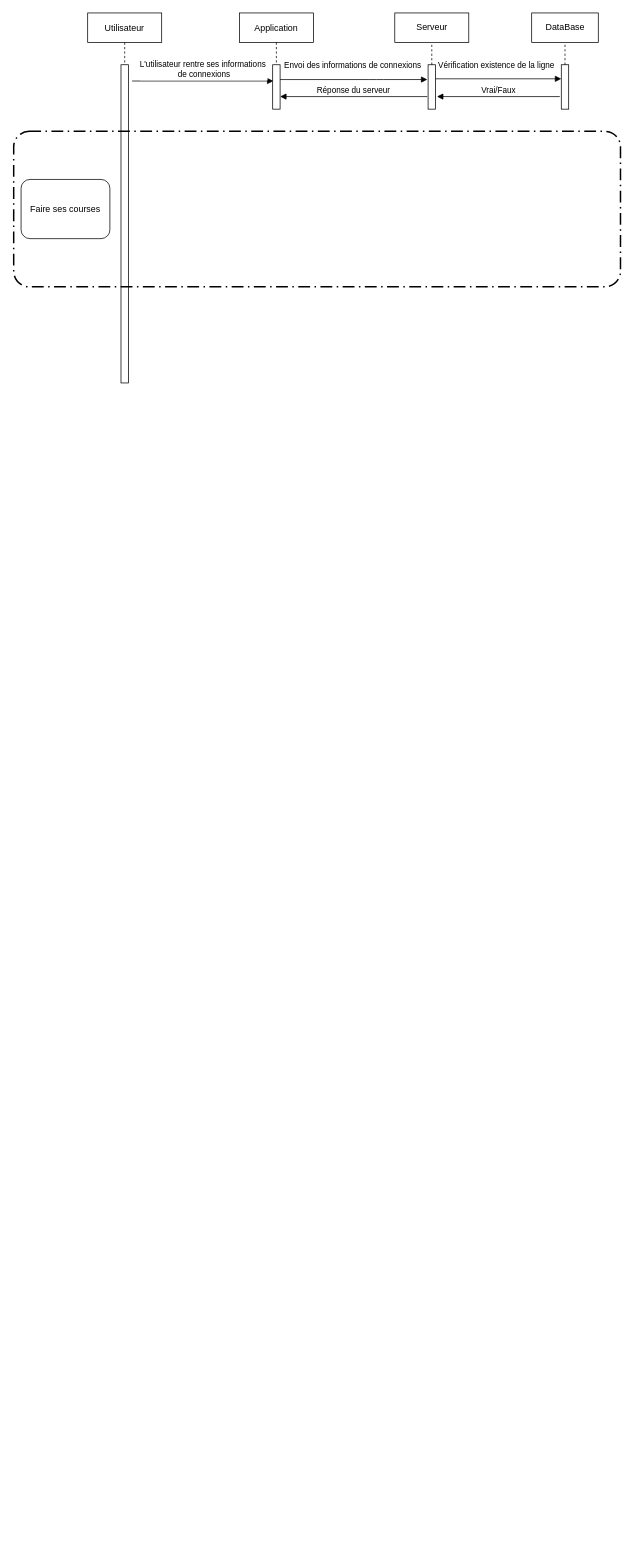
Before: rapport/architecture/diagramme_sequence.drawio in eugeniedulout/PACT, a draw.io diagram. Source tidied: cells renumbered, new cells numbered last; positions are measured from the earlier drawing's top-left corner, leaving out a move shared by most shapes. Both pictures are drawn from the tidied source at 74%, with x=0, y=0 at pixel (13, 13).
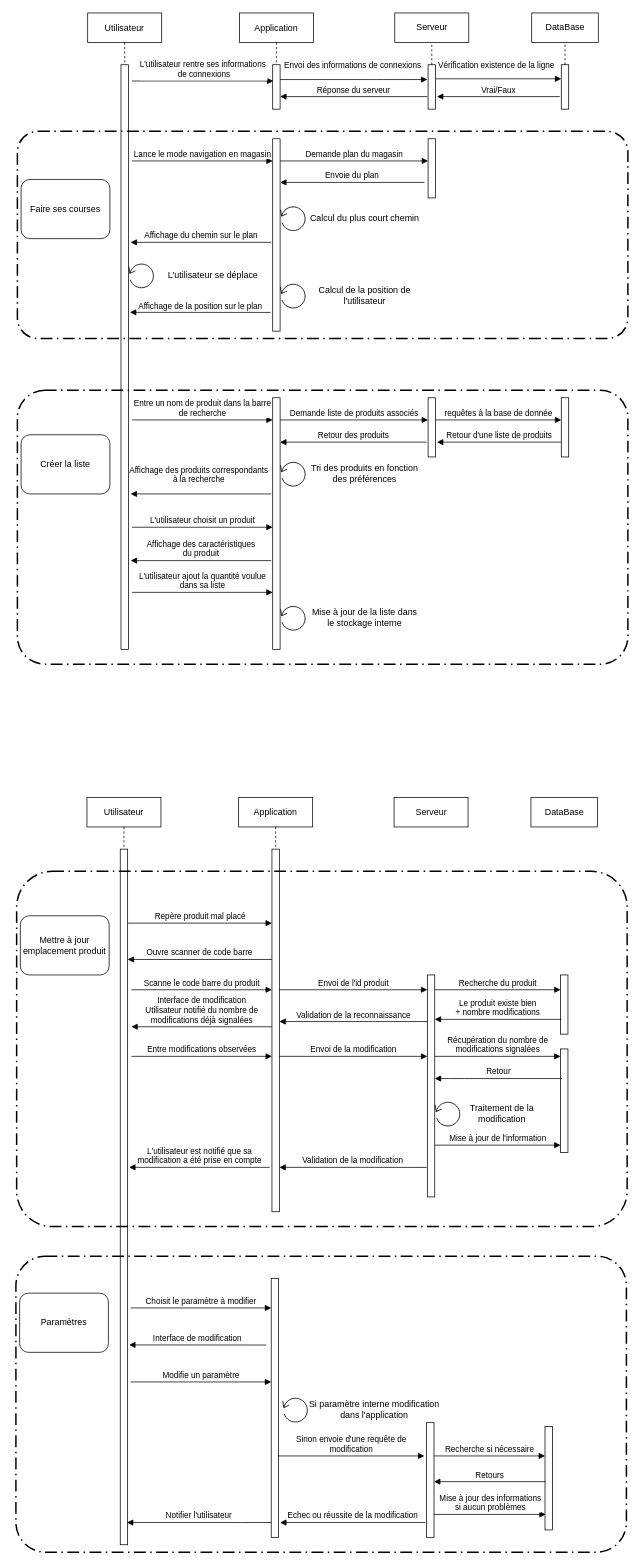
The same diagram, later.

Commit message:
Diagramme de séquence complété

Diff of the diagram source:
```diff
@@
+    <mxCell id="19" style="html=1;points=[];perimeter=orthogonalPerimeter;" parent="1" vertex="1">
+      <mxGeometry x="349" y="1130" width="10" height="490" as="geometry" />
+    </mxCell>
+    <mxCell id="20" style="html=1;perimeter=orthogonalPerimeter;" parent="1" vertex="1">
+      <mxGeometry x="144" y="1130" width="10" height="940" as="geometry" />
+    </mxCell>
+    <mxCell id="21" style="rounded=1;arcSize=10;dashed=1;strokeColor=#000000;fillColor=none;gradientColor=none;dashPattern=8 3 1 3;strokeWidth=2;" parent="1" vertex="1">
+      <mxGeometry x="4" y="1160" width="825" height="480" as="geometry" />
+    </mxCell>
     <mxCell id="2" value="Utilisateur" style="shape=umlLifeline;perimeter=lifelinePerimeter;rounded=0;shadow=0;strokeWidth=1;" parent="1" vertex="1">
-      <mxGeometry x="100" width="100" height="500" as="geometry" />
+      <mxGeometry x="100" width="100" height="860" as="geometry" />
     </mxCell>
     <mxCell id="3" style="perimeter=orthogonalPerimeter;rounded=0;shadow=0;strokeWidth=1;" parent="2" vertex="1">
-      <mxGeometry x="45" y="70" width="10" height="430" as="geometry" />
+      <mxGeometry x="45" y="70" width="10" height="790" as="geometry" />
     </mxCell>
@@
     <mxCell id="17" style="rounded=1;arcSize=10;dashed=1;strokeColor=#000000;fillColor=none;gradientColor=none;dashPattern=8 3 1 3;strokeWidth=2;" parent="1" vertex="1">
-      <mxGeometry y="160" width="820" height="210" as="geometry" />
+      <mxGeometry x="5" y="160" width="825" height="280" as="geometry" />
     </mxCell>
@@
+    <mxCell id="22" style="html=1;perimeter=orthogonalPerimeter;" parent="1" vertex="1">
+      <mxGeometry x="350" y="170" width="10" height="260" as="geometry" />
+    </mxCell>
+    <mxCell id="23" value="Lance le mode navigation en magasin" style="html=1;verticalAlign=bottom;endArrow=block;" parent="1" edge="1">
+      <mxGeometry relative="1" as="geometry">
+        <mxPoint x="160" y="200" as="sourcePoint" />
+        <mxPoint x="350" y="200" as="targetPoint" />
+      </mxGeometry>
+    </mxCell>
+    <mxCell id="24" style="html=1;points=[];perimeter=orthogonalPerimeter;" parent="1" vertex="1">
+      <mxGeometry x="560" y="170" width="10" height="80" as="geometry" />
+    </mxCell>
+    <mxCell id="25" value="Demande plan du magasin" style="html=1;verticalAlign=bottom;endArrow=block;" parent="1" edge="1" target="24">
+      <mxGeometry relative="1" as="geometry">
+        <mxPoint x="360" y="200" as="sourcePoint" />
+      </mxGeometry>
+    </mxCell>
+    <mxCell id="26" value="Envoie du plan" style="html=1;verticalAlign=bottom;endArrow=block;exitX=-0.5;exitY=0.625;exitDx=0;exitDy=0;exitPerimeter=0;" parent="1" edge="1">
+      <mxGeometry relative="1" as="geometry">
+        <mxPoint x="555" y="229" as="sourcePoint" />
+        <mxPoint x="360" y="229" as="targetPoint" />
+      </mxGeometry>
+    </mxCell>
+    <mxCell id="27" style="shape=mxgraph.bpmn.loop;html=1;rotation=65;" parent="1" vertex="1">
+      <mxGeometry x="360" y="260" width="36" height="34.7" as="geometry" />
+    </mxCell>
+    <mxCell id="28" value="Calcul du plus court chemin" style="text;html=1;strokeColor=none;fillColor=none;align=center;verticalAlign=middle;whiteSpace=wrap;rounded=0;" parent="1" vertex="1">
+      <mxGeometry x="392" y="267.4" width="165" height="20" as="geometry" />
+    </mxCell>
+    <mxCell id="29" value="Affichage du chemin sur le plan" style="html=1;verticalAlign=bottom;endArrow=block;" parent="1" edge="1">
+      <mxGeometry relative="1" as="geometry">
+        <mxPoint x="348" y="310" as="sourcePoint" />
+        <mxPoint x="158" y="310" as="targetPoint" />
+      </mxGeometry>
+    </mxCell>
+    <mxCell id="30" style="shape=mxgraph.bpmn.loop;html=1;rotation=65;" parent="1" vertex="1">
+      <mxGeometry x="360" y="364.6" width="36" height="34.7" as="geometry" />
+    </mxCell>
+    <mxCell id="31" value="Calcul de la position de l'utilisateur" style="text;html=1;strokeColor=none;fillColor=none;align=center;verticalAlign=middle;whiteSpace=wrap;rounded=0;" parent="1" vertex="1">
+      <mxGeometry x="392" y="372" width="165" height="20" as="geometry" />
+    </mxCell>
+    <mxCell id="32" value="Affichage de la position sur le plan" style="html=1;verticalAlign=bottom;endArrow=block;exitX=0;exitY=0.731;exitDx=0;exitDy=0;exitPerimeter=0;" parent="1" edge="1">
+      <mxGeometry relative="1" as="geometry">
+        <mxPoint x="347" y="404.7" as="sourcePoint" />
+        <mxPoint x="157" y="404.6" as="targetPoint" />
+      </mxGeometry>
+    </mxCell>
+    <mxCell id="33" style="shape=mxgraph.bpmn.loop;html=1;rotation=65;" parent="1" vertex="1">
+      <mxGeometry x="155" y="337.3" width="36" height="34.7" as="geometry" />
+    </mxCell>
+    <mxCell id="34" value="L'utilisateur se déplace" style="text;html=1;strokeColor=none;fillColor=none;align=center;verticalAlign=middle;whiteSpace=wrap;rounded=0;" parent="1" vertex="1">
+      <mxGeometry x="187" y="344.6" width="165" height="20" as="geometry" />
+    </mxCell>
+    <mxCell id="35" value="Créer la liste" style="shape=ext;rounded=1;html=1;whiteSpace=wrap;" parent="1" vertex="1">
+      <mxGeometry x="10" y="570" width="120" height="80" as="geometry" />
+    </mxCell>
+    <mxCell id="36" style="rounded=1;arcSize=10;dashed=1;strokeColor=#000000;fillColor=none;gradientColor=none;dashPattern=8 3 1 3;strokeWidth=2;" parent="1" vertex="1">
+      <mxGeometry x="5" y="510" width="825" height="370" as="geometry" />
+    </mxCell>
+    <mxCell id="37" style="html=1;points=[];perimeter=orthogonalPerimeter;" parent="1" vertex="1">
+      <mxGeometry x="350" y="520" width="10" height="340" as="geometry" />
+    </mxCell>
+    <mxCell id="38" value="Entre un nom de produit dans la barre&lt;br&gt;de recherche" style="html=1;verticalAlign=bottom;endArrow=block;" parent="1" edge="1">
+      <mxGeometry relative="1" as="geometry">
+        <mxPoint x="160" y="550" as="sourcePoint" />
+        <mxPoint x="350" y="550" as="targetPoint" />
+      </mxGeometry>
+    </mxCell>
+    <mxCell id="39" style="html=1;points=[];perimeter=orthogonalPerimeter;" parent="1" vertex="1">
+      <mxGeometry x="560" y="520" width="10" height="80" as="geometry" />
+    </mxCell>
+    <mxCell id="40" value="Demande liste de produits associés" style="html=1;verticalAlign=bottom;endArrow=block;entryX=0;entryY=0.25;entryDx=0;entryDy=0;entryPerimeter=0;" parent="1" edge="1">
+      <mxGeometry relative="1" as="geometry">
+        <mxPoint x="360" y="550" as="sourcePoint" />
+        <mxPoint x="560" y="550" as="targetPoint" />
+      </mxGeometry>
+    </mxCell>
+    <mxCell id="41" style="html=1;points=[];perimeter=orthogonalPerimeter;" parent="1" vertex="1">
+      <mxGeometry x="740" y="520" width="10" height="80" as="geometry" />
+    </mxCell>
+    <mxCell id="42" value="requêtes à la base de donnée" style="html=1;verticalAlign=bottom;endArrow=block;" parent="1" edge="1" target="41">
+      <mxGeometry relative="1" as="geometry">
+        <mxPoint x="570" y="550" as="sourcePoint" />
+      </mxGeometry>
+    </mxCell>
+    <mxCell id="43" value="Retour d'une liste de produits" style="html=1;verticalAlign=bottom;endArrow=block;entryX=1.2;entryY=0.75;entryDx=0;entryDy=0;entryPerimeter=0;" parent="1" edge="1" source="41" target="39">
+      <mxGeometry relative="1" as="geometry" />
+    </mxCell>
+    <mxCell id="44" value="Retour des produits" style="html=1;verticalAlign=bottom;endArrow=block;" parent="1" edge="1" target="37">
+      <mxGeometry relative="1" as="geometry">
+        <mxPoint x="558" y="580" as="sourcePoint" />
+        <Array as="points">
+          <mxPoint x="540" y="580" />
+        </Array>
+      </mxGeometry>
+    </mxCell>
+    <mxCell id="45" style="shape=mxgraph.bpmn.loop;html=1;rotation=65;" parent="1" vertex="1">
+      <mxGeometry x="360" y="605.3" width="36" height="34.7" as="geometry" />
+    </mxCell>
+    <mxCell id="46" value="Tri des produits en fonction des préférences" style="text;html=1;strokeColor=none;fillColor=none;align=center;verticalAlign=middle;whiteSpace=wrap;rounded=0;" parent="1" vertex="1">
+      <mxGeometry x="392" y="612.6" width="165" height="20" as="geometry" />
+    </mxCell>
+    <mxCell id="47" value="Affichage des produits correspondants&lt;br&gt;à la recherche" style="html=1;verticalAlign=bottom;endArrow=block;" parent="1" edge="1">
+      <mxGeometry x="0.03" y="-10" relative="1" as="geometry">
+        <mxPoint x="348" y="650" as="sourcePoint" />
+        <mxPoint x="158" y="650" as="targetPoint" />
+      </mxGeometry>
+    </mxCell>
+    <mxCell id="48" value="L'utilisateur choisit un produit" style="html=1;verticalAlign=bottom;endArrow=block;" parent="1" edge="1">
+      <mxGeometry relative="1" as="geometry">
+        <mxPoint x="160" y="695" as="sourcePoint" />
+        <mxPoint x="350" y="695" as="targetPoint" />
+      </mxGeometry>
+    </mxCell>
+    <mxCell id="49" value="Affichage des caractéristiques&lt;br&gt;du produit" style="html=1;verticalAlign=bottom;endArrow=block;entryX=0.188;entryY=0.719;entryDx=0;entryDy=0;entryPerimeter=0;" parent="1" edge="1">
+      <mxGeometry relative="1" as="geometry">
+        <mxPoint x="348" y="740.1" as="sourcePoint" />
+        <mxPoint x="158.1" y="740.1" as="targetPoint" />
+      </mxGeometry>
+    </mxCell>
+    <mxCell id="50" value="L'utilisateur ajout la quantité voulue&lt;br&gt;dans sa liste" style="html=1;verticalAlign=bottom;endArrow=block;" parent="1" edge="1">
+      <mxGeometry relative="1" as="geometry">
+        <mxPoint x="160" y="783" as="sourcePoint" />
+        <mxPoint x="350" y="783" as="targetPoint" />
+      </mxGeometry>
+    </mxCell>
+    <mxCell id="51" style="shape=mxgraph.bpmn.loop;html=1;rotation=65;" parent="1" vertex="1">
+      <mxGeometry x="360" y="800" width="36" height="34.7" as="geometry" />
+    </mxCell>
+    <mxCell id="52" value="Mise à jour de la liste dans&lt;br&gt;le stockage interne" style="text;html=1;strokeColor=none;fillColor=none;align=center;verticalAlign=middle;whiteSpace=wrap;rounded=0;" parent="1" vertex="1">
+      <mxGeometry x="392" y="807.4" width="165" height="20" as="geometry" />
+    </mxCell>
+    <mxCell id="53" value="Mettre à jour emplacement produit" style="shape=ext;rounded=1;html=1;whiteSpace=wrap;" parent="1" vertex="1">
+      <mxGeometry x="9" y="1220" width="120" height="80" as="geometry" />
+    </mxCell>
+    <mxCell id="54" value="Repère produit mal placé" style="html=1;verticalAlign=bottom;endArrow=block;" parent="1" edge="1" target="19">
+      <mxGeometry relative="1" as="geometry">
+        <mxPoint x="154" y="1230" as="sourcePoint" />
+      </mxGeometry>
+    </mxCell>
+    <mxCell id="55" value="Ouvre scanner de code barre" style="html=1;verticalAlign=bottom;endArrow=block;entryX=0.188;entryY=0.208;entryDx=0;entryDy=0;entryPerimeter=0;" parent="1" edge="1" source="19">
+      <mxGeometry relative="1" as="geometry">
+        <mxPoint x="154" y="1279.1" as="targetPoint" />
+      </mxGeometry>
+    </mxCell>
+    <mxCell id="56" value="Scanne le code barre du produit" style="html=1;verticalAlign=bottom;endArrow=block;" parent="1" edge="1" target="19">
+      <mxGeometry relative="1" as="geometry">
+        <mxPoint x="159" y="1320" as="sourcePoint" />
+      </mxGeometry>
+    </mxCell>
+    <mxCell id="57" style="html=1;points=[];perimeter=orthogonalPerimeter;" parent="1" vertex="1">
+      <mxGeometry x="559" y="1300" width="10" height="300" as="geometry" />
+    </mxCell>
+    <mxCell id="58" value="Envoi de l'id produit" style="html=1;verticalAlign=bottom;endArrow=block;" parent="1" edge="1">
+      <mxGeometry relative="1" as="geometry">
+        <mxPoint x="359" y="1320" as="sourcePoint" />
+        <mxPoint x="559" y="1320" as="targetPoint" />
+      </mxGeometry>
+    </mxCell>
+    <mxCell id="59" style="html=1;points=[];perimeter=orthogonalPerimeter;" parent="1" vertex="1">
+      <mxGeometry x="739" y="1300" width="10" height="80" as="geometry" />
+    </mxCell>
+    <mxCell id="60" value="Recherche du produit" style="html=1;verticalAlign=bottom;endArrow=block;" parent="1" edge="1" target="59">
+      <mxGeometry relative="1" as="geometry">
+        <mxPoint x="569" y="1320" as="sourcePoint" />
+      </mxGeometry>
+    </mxCell>
+    <mxCell id="61" value="Le produit existe bien&lt;br&gt;+ nombre modifications" style="html=1;verticalAlign=bottom;endArrow=block;" parent="1" edge="1" target="57">
+      <mxGeometry relative="1" as="geometry">
+        <mxPoint x="740" y="1360" as="sourcePoint" />
+        <Array as="points">
+          <mxPoint x="699" y="1360" />
+        </Array>
+      </mxGeometry>
+    </mxCell>
+    <mxCell id="62" value="Validation de la reconnaissance" style="html=1;verticalAlign=bottom;endArrow=block;" parent="1" edge="1">
+      <mxGeometry relative="1" as="geometry">
+        <mxPoint x="559" y="1363" as="sourcePoint" />
+        <mxPoint x="359" y="1363" as="targetPoint" />
+        <Array as="points">
+          <mxPoint x="489" y="1363" />
+        </Array>
+      </mxGeometry>
+    </mxCell>
+    <mxCell id="63" value="Interface de modification&lt;br&gt;Utilisateur notifié du nombre de&lt;br&gt;modifications déjà signalées" style="html=1;verticalAlign=bottom;endArrow=block;" parent="1" edge="1">
+      <mxGeometry relative="1" as="geometry">
+        <mxPoint x="349" y="1370" as="sourcePoint" />
+        <mxPoint x="159" y="1370" as="targetPoint" />
+      </mxGeometry>
+    </mxCell>
+    <mxCell id="64" value="Entre modifications observées" style="html=1;verticalAlign=bottom;endArrow=block;" parent="1" edge="1" target="19">
+      <mxGeometry relative="1" as="geometry">
+        <mxPoint x="159" y="1410" as="sourcePoint" />
+      </mxGeometry>
+    </mxCell>
+    <mxCell id="65" value="Envoi de la modification" style="html=1;verticalAlign=bottom;endArrow=block;" parent="1" edge="1" target="57">
+      <mxGeometry relative="1" as="geometry">
+        <mxPoint x="359" y="1410" as="sourcePoint" />
+      </mxGeometry>
+    </mxCell>
+    <mxCell id="66" style="html=1;points=[];perimeter=orthogonalPerimeter;" parent="1" vertex="1">
+      <mxGeometry x="739" y="1400" width="10" height="140" as="geometry" />
+    </mxCell>
+    <mxCell id="67" value="Récupération du nombre de&lt;br&gt;modifications signalées" style="html=1;verticalAlign=bottom;endArrow=block;" parent="1" edge="1" target="66">
+      <mxGeometry relative="1" as="geometry">
+        <mxPoint x="569" y="1410" as="sourcePoint" />
+      </mxGeometry>
+    </mxCell>
+    <mxCell id="68" value="Retour" style="html=1;verticalAlign=bottom;endArrow=block;" parent="1" edge="1" target="57">
+      <mxGeometry relative="1" as="geometry">
+        <mxPoint x="741" y="1440" as="sourcePoint" />
+        <Array as="points">
+          <mxPoint x="599" y="1440" />
+        </Array>
+      </mxGeometry>
+    </mxCell>
+    <mxCell id="69" style="shape=mxgraph.bpmn.loop;html=1;rotation=65;" parent="1" vertex="1">
+      <mxGeometry x="569" y="1470" width="36" height="34.7" as="geometry" />
+    </mxCell>
+    <mxCell id="70" value="Traitement de la&lt;br&gt;modification" style="text;html=1;strokeColor=none;fillColor=none;align=center;verticalAlign=middle;whiteSpace=wrap;rounded=0;" parent="1" vertex="1">
+      <mxGeometry x="601" y="1477.4" width="118" height="20" as="geometry" />
+    </mxCell>
+    <mxCell id="71" value="Mise à jour de l'information" style="html=1;verticalAlign=bottom;endArrow=block;" parent="1" edge="1" target="66">
+      <mxGeometry relative="1" as="geometry">
+        <mxPoint x="569" y="1530" as="sourcePoint" />
+      </mxGeometry>
+    </mxCell>
+    <mxCell id="72" value="Validation de la modification" style="html=1;verticalAlign=bottom;endArrow=block;exitX=-0.1;exitY=0.867;exitDx=0;exitDy=0;exitPerimeter=0;" parent="1" edge="1" source="57" target="19">
+      <mxGeometry relative="1" as="geometry">
+        <Array as="points">
+          <mxPoint x="479" y="1560" />
+        </Array>
+      </mxGeometry>
+    </mxCell>
+    <mxCell id="73" value="L'utilisateur est notifié que sa&lt;br&gt;modification a été prise en compte" style="html=1;verticalAlign=bottom;endArrow=block;" parent="1" edge="1">
+      <mxGeometry relative="1" as="geometry">
+        <mxPoint x="346" y="1560" as="sourcePoint" />
+        <mxPoint x="156" y="1560" as="targetPoint" />
+      </mxGeometry>
+    </mxCell>
+    <mxCell id="74" value="Utilisateur" style="shape=umlLifeline;perimeter=lifelinePerimeter;rounded=0;shadow=0;strokeWidth=1;" parent="1" vertex="1">
+      <mxGeometry x="99" y="1060" width="100" height="70" as="geometry" />
+    </mxCell>
+    <mxCell id="75" value="Application" style="shape=umlLifeline;perimeter=lifelinePerimeter;rounded=0;shadow=0;strokeWidth=1;" parent="1" vertex="1">
+      <mxGeometry x="304" y="1060" width="100" height="70" as="geometry" />
+    </mxCell>
+    <mxCell id="76" value="Serveur" style="html=1;" parent="1" vertex="1">
+      <mxGeometry x="514" y="1060" width="100" height="40" as="geometry" />
+    </mxCell>
+    <mxCell id="77" value="DataBase" style="html=1;" parent="1" vertex="1">
+      <mxGeometry x="699" y="1060" width="90" height="40" as="geometry" />
+    </mxCell>
+    <mxCell id="78" value="Paramètres" style="shape=ext;rounded=1;html=1;whiteSpace=wrap;" parent="1" vertex="1">
+      <mxGeometry x="8" y="1730" width="120" height="80" as="geometry" />
+    </mxCell>
+    <mxCell id="79" style="rounded=1;arcSize=10;dashed=1;strokeColor=#000000;fillColor=none;gradientColor=none;dashPattern=8 3 1 3;strokeWidth=2;" parent="1" vertex="1">
+      <mxGeometry x="3" y="1680" width="825" height="400" as="geometry" />
+    </mxCell>
+    <mxCell id="80" style="html=1;points=[];perimeter=orthogonalPerimeter;" parent="1" vertex="1">
+      <mxGeometry x="348" y="1710" width="10" height="350" as="geometry" />
+    </mxCell>
+    <mxCell id="81" value="Choisit le paramètre à modifier" style="html=1;verticalAlign=bottom;endArrow=block;" parent="1" edge="1" target="80">
+      <mxGeometry relative="1" as="geometry">
+        <mxPoint x="158" y="1750" as="sourcePoint" />
+      </mxGeometry>
+    </mxCell>
+    <mxCell id="82" value="Interface de modification" style="html=1;verticalAlign=bottom;endArrow=block;exitX=-0.5;exitY=0.265;exitDx=0;exitDy=0;exitPerimeter=0;" parent="1" edge="1">
+      <mxGeometry relative="1" as="geometry">
+        <mxPoint x="341" y="1800.1" as="sourcePoint" />
+        <mxPoint x="156" y="1800" as="targetPoint" />
+      </mxGeometry>
+    </mxCell>
+    <mxCell id="83" value="Modifie un paramètre" style="html=1;verticalAlign=bottom;endArrow=block;" parent="1" edge="1" target="80">
+      <mxGeometry relative="1" as="geometry">
+        <mxPoint x="158" y="1850" as="sourcePoint" />
+      </mxGeometry>
+    </mxCell>
+    <mxCell id="84" style="shape=mxgraph.bpmn.loop;html=1;rotation=65;" parent="1" vertex="1">
+      <mxGeometry x="363" y="1870" width="36" height="34.7" as="geometry" />
+    </mxCell>
+    <mxCell id="85" value="Si paramètre interne modification dans l'application" style="text;html=1;strokeColor=none;fillColor=none;align=center;verticalAlign=middle;whiteSpace=wrap;rounded=0;" parent="1" vertex="1">
+      <mxGeometry x="395" y="1877.4" width="185" height="20" as="geometry" />
+    </mxCell>
+    <mxCell id="86" value="Sinon envoie d'une requête de&lt;br&gt;modification" style="html=1;verticalAlign=bottom;endArrow=block;" parent="1" edge="1">
+      <mxGeometry relative="1" as="geometry">
+        <mxPoint x="357" y="1950" as="sourcePoint" />
+        <mxPoint x="555" y="1950" as="targetPoint" />
+      </mxGeometry>
+    </mxCell>
+    <mxCell id="87" style="html=1;points=[];perimeter=orthogonalPerimeter;" parent="1" vertex="1">
+      <mxGeometry x="558" y="1905" width="10" height="155" as="geometry" />
+    </mxCell>
+    <mxCell id="88" style="html=1;points=[];perimeter=orthogonalPerimeter;" parent="1" vertex="1">
+      <mxGeometry x="718" y="1910" width="10" height="140" as="geometry" />
+    </mxCell>
+    <mxCell id="89" value="Recherche si nécessaire" style="html=1;verticalAlign=bottom;endArrow=block;" parent="1" edge="1" target="88">
+      <mxGeometry relative="1" as="geometry">
+        <mxPoint x="568" y="1950" as="sourcePoint" />
+      </mxGeometry>
+    </mxCell>
+    <mxCell id="90" value="Retours" style="html=1;verticalAlign=bottom;endArrow=block;exitX=0.1;exitY=0.562;exitDx=0;exitDy=0;exitPerimeter=0;" parent="1" edge="1">
+      <mxGeometry relative="1" as="geometry">
+        <mxPoint x="719" y="1984.7" as="sourcePoint" />
+        <mxPoint x="568" y="1984.7" as="targetPoint" />
+      </mxGeometry>
+    </mxCell>
+    <mxCell id="91" value="Mise à jour des informations&lt;br&gt;si aucun problèmes" style="html=1;verticalAlign=bottom;endArrow=block;" parent="1" edge="1">
+      <mxGeometry relative="1" as="geometry">
+        <mxPoint x="568" y="2029" as="sourcePoint" />
+        <mxPoint x="719" y="2029" as="targetPoint" />
+      </mxGeometry>
+    </mxCell>
+    <mxCell id="92" value="Echec ou réussite de la modification" style="html=1;verticalAlign=bottom;endArrow=block;exitX=-0.2;exitY=0.871;exitDx=0;exitDy=0;exitPerimeter=0;" parent="1" edge="1" source="87">
+      <mxGeometry relative="1" as="geometry">
+        <mxPoint x="360" y="2040" as="targetPoint" />
+      </mxGeometry>
+    </mxCell>
+    <mxCell id="93" value="Notifier l'utilisateur" style="html=1;verticalAlign=bottom;endArrow=block;" parent="1" edge="1" source="80">
+      <mxGeometry relative="1" as="geometry">
+        <mxPoint x="153" y="2040" as="targetPoint" />
+        <Array as="points">
+          <mxPoint x="308" y="2040" />
+        </Array>
+      </mxGeometry>
+    </mxCell>
```
